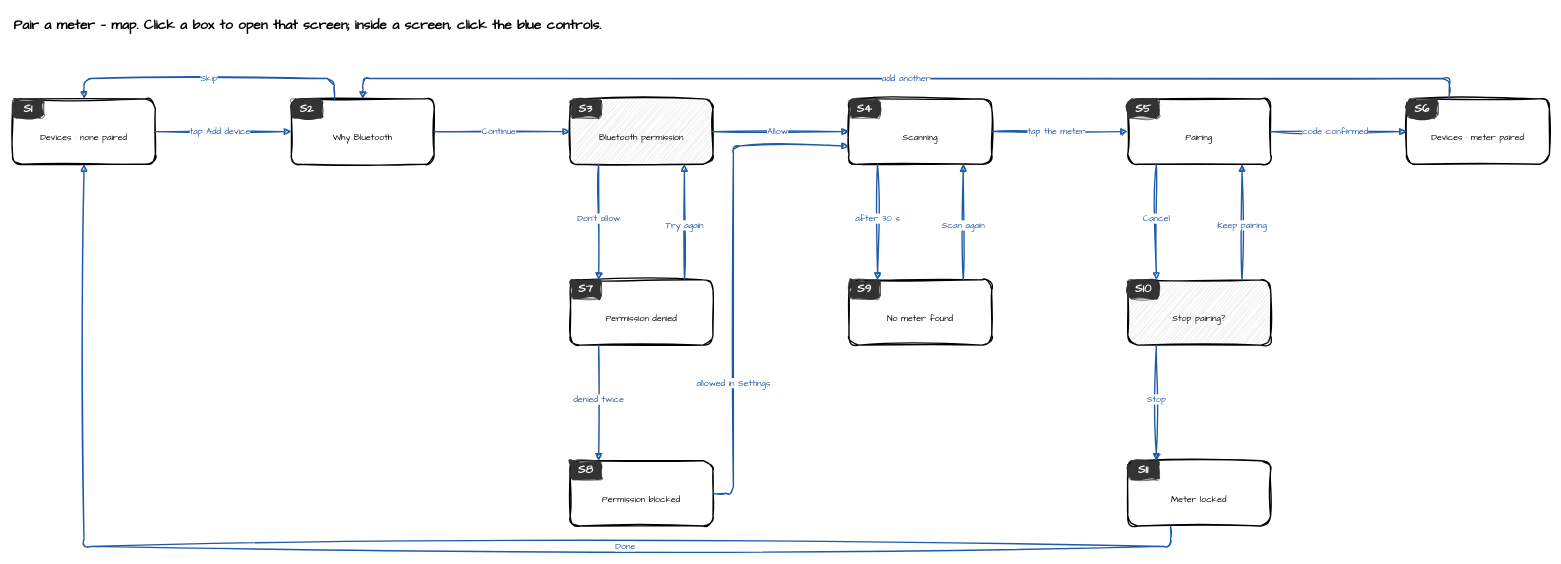
This is page "Map · Pair a meter" (1 of 15) of docs/examples/pair-a-meter/click-through.drawio from AnilDeshpande/codetutor-mobile-prototyper, a draw.io file, before an edit. Source tidied: cells renumbered, new cells numbered last; positions are measured from the earlier drawing's top-left corner, leaving out a move shared by most shapes. Both pictures are drawn from the tidied source at 68%, with x=0, y=0 at pixel (12, 12).
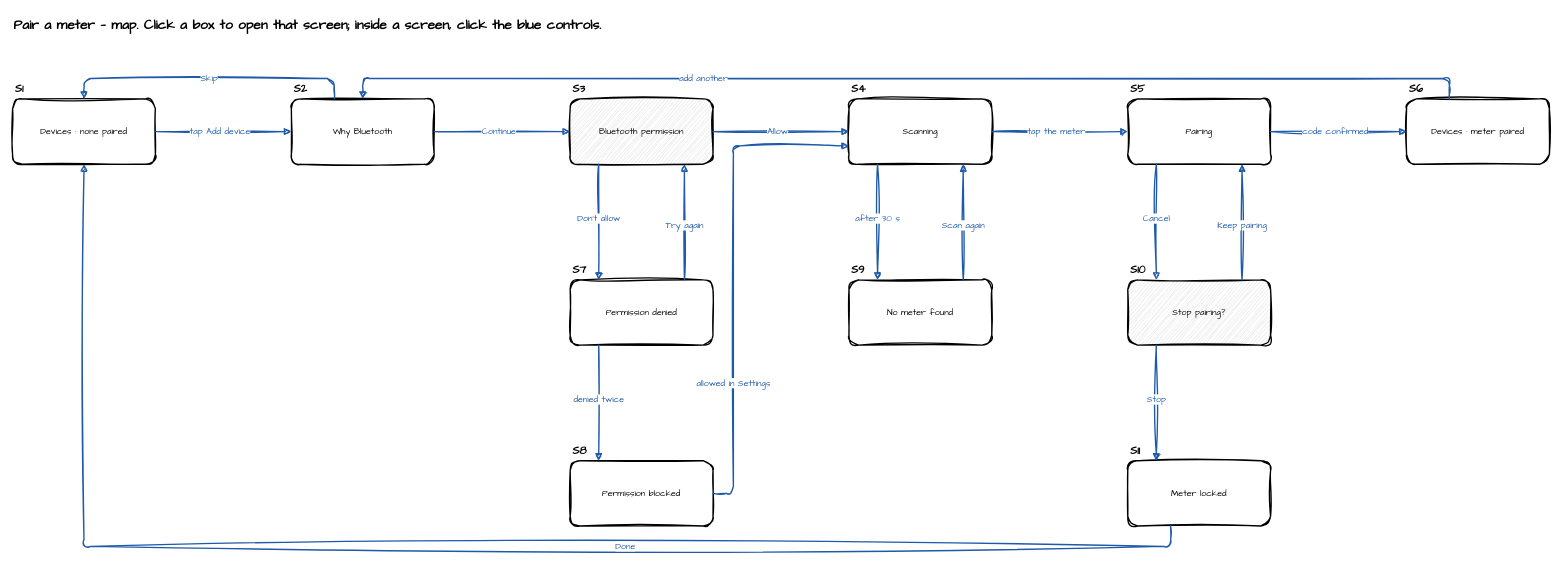
After the change.

Change to the diagram source:
```diff
@@
-    <mxCell id="3" value="Devices · none paired" style="sketch=1;curveFitting=1;jiggle=2;hachureGap=4;fontFamily=Architects Daughter;html=1;whiteSpace=wrap;rounded=1;fontSize=13;spacingTop=18;fillColor=#ffffff;strokeWidth=2;" parent="1" vertex="1">
+    <mxCell id="3" value="Devices · none paired" style="sketch=1;curveFitting=1;jiggle=2;hachureGap=4;fontFamily=Architects Daughter;html=1;whiteSpace=wrap;rounded=1;fontSize=13;fillColor=#ffffff;strokeWidth=2;" parent="1" vertex="1">
       <mxGeometry y="128" width="210" height="96" as="geometry" />
     </mxCell>
-    <mxCell id="4" value="&lt;b&gt;S1&lt;/b&gt;" style="sketch=1;curveFitting=1;jiggle=2;hachureGap=4;fontFamily=Architects Daughter;html=1;whiteSpace=wrap;rounded=1;arcSize=20;fontSize=17;fillColor=#333333;fillStyle=solid;strokeColor=#333333;fontColor=#ffffff;" parent="1" vertex="1">
-      <mxGeometry y="128" width="46" height="28" as="geometry" />
+    <mxCell id="4" value="&lt;b&gt;S1&lt;/b&gt;" style="sketch=1;curveFitting=1;jiggle=2;hachureGap=4;fontFamily=Architects Daughter;html=1;whiteSpace=wrap;text;align=left;verticalAlign=middle;fontSize=16;strokeColor=none;fillColor=none;" parent="1" vertex="1">
+      <mxGeometry x="2" y="102" width="50" height="22" as="geometry" />
     </mxCell>
-    <mxCell id="5" value="Why Bluetooth" style="sketch=1;curveFitting=1;jiggle=2;hachureGap=4;fontFamily=Architects Daughter;html=1;whiteSpace=wrap;rounded=1;fontSize=13;spacingTop=18;fillColor=#ffffff;strokeWidth=2;" parent="1" vertex="1">
+    <mxCell id="5" value="Why Bluetooth" style="sketch=1;curveFitting=1;jiggle=2;hachureGap=4;fontFamily=Architects Daughter;html=1;whiteSpace=wrap;rounded=1;fontSize=13;fillColor=#ffffff;strokeWidth=2;" parent="1" vertex="1">
       <mxGeometry x="410" y="128" width="210" height="96" as="geometry" />
     </mxCell>
-    <mxCell id="6" value="&lt;b&gt;S2&lt;/b&gt;" style="sketch=1;curveFitting=1;jiggle=2;hachureGap=4;fontFamily=Architects Daughter;html=1;whiteSpace=wrap;rounded=1;arcSize=20;fontSize=17;fillColor=#333333;fillStyle=solid;strokeColor=#333333;fontColor=#ffffff;" parent="1" vertex="1">
-      <mxGeometry x="410" y="128" width="46" height="28" as="geometry" />
+    <mxCell id="6" value="&lt;b&gt;S2&lt;/b&gt;" style="sketch=1;curveFitting=1;jiggle=2;hachureGap=4;fontFamily=Architects Daughter;html=1;whiteSpace=wrap;text;align=left;verticalAlign=middle;fontSize=16;strokeColor=none;fillColor=none;" parent="1" vertex="1">
+      <mxGeometry x="412" y="102" width="50" height="22" as="geometry" />
     </mxCell>
-    <mxCell id="7" value="Bluetooth permission" style="sketch=1;curveFitting=1;jiggle=2;hachureGap=4;fontFamily=Architects Daughter;html=1;whiteSpace=wrap;rounded=1;fontSize=13;spacingTop=18;fillColor=#ececec;strokeWidth=2;" parent="1" vertex="1">
+    <mxCell id="7" value="Bluetooth permission" style="sketch=1;curveFitting=1;jiggle=2;hachureGap=4;fontFamily=Architects Daughter;html=1;whiteSpace=wrap;rounded=1;fontSize=13;fillColor=#ececec;strokeWidth=2;" parent="1" vertex="1">
       <mxGeometry x="820" y="128" width="210" height="96" as="geometry" />
     </mxCell>
-    <mxCell id="8" value="&lt;b&gt;S3&lt;/b&gt;" style="sketch=1;curveFitting=1;jiggle=2;hachureGap=4;fontFamily=Architects Daughter;html=1;whiteSpace=wrap;rounded=1;arcSize=20;fontSize=17;fillColor=#333333;fillStyle=solid;strokeColor=#333333;fontColor=#ffffff;" parent="1" vertex="1">
-      <mxGeometry x="820" y="128" width="46" height="28" as="geometry" />
+    <mxCell id="8" value="&lt;b&gt;S3&lt;/b&gt;" style="sketch=1;curveFitting=1;jiggle=2;hachureGap=4;fontFamily=Architects Daughter;html=1;whiteSpace=wrap;text;align=left;verticalAlign=middle;fontSize=16;strokeColor=none;fillColor=none;" parent="1" vertex="1">
+      <mxGeometry x="822" y="102" width="50" height="22" as="geometry" />
     </mxCell>
-    <mxCell id="9" value="Scanning" style="sketch=1;curveFitting=1;jiggle=2;hachureGap=4;fontFamily=Architects Daughter;html=1;whiteSpace=wrap;rounded=1;fontSize=13;spacingTop=18;fillColor=#ffffff;strokeWidth=2;" parent="1" vertex="1">
+    <mxCell id="9" value="Scanning" style="sketch=1;curveFitting=1;jiggle=2;hachureGap=4;fontFamily=Architects Daughter;html=1;whiteSpace=wrap;rounded=1;fontSize=13;fillColor=#ffffff;strokeWidth=2;" parent="1" vertex="1">
       <mxGeometry x="1230" y="128" width="210" height="96" as="geometry" />
     </mxCell>
-    <mxCell id="10" value="&lt;b&gt;S4&lt;/b&gt;" style="sketch=1;curveFitting=1;jiggle=2;hachureGap=4;fontFamily=Architects Daughter;html=1;whiteSpace=wrap;rounded=1;arcSize=20;fontSize=17;fillColor=#333333;fillStyle=solid;strokeColor=#333333;fontColor=#ffffff;" parent="1" vertex="1">
-      <mxGeometry x="1230" y="128" width="46" height="28" as="geometry" />
+    <mxCell id="10" value="&lt;b&gt;S4&lt;/b&gt;" style="sketch=1;curveFitting=1;jiggle=2;hachureGap=4;fontFamily=Architects Daughter;html=1;whiteSpace=wrap;text;align=left;verticalAlign=middle;fontSize=16;strokeColor=none;fillColor=none;" parent="1" vertex="1">
+      <mxGeometry x="1232" y="102" width="50" height="22" as="geometry" />
     </mxCell>
-    <mxCell id="11" value="Pairing" style="sketch=1;curveFitting=1;jiggle=2;hachureGap=4;fontFamily=Architects Daughter;html=1;whiteSpace=wrap;rounded=1;fontSize=13;spacingTop=18;fillColor=#ffffff;strokeWidth=2;" parent="1" vertex="1">
+    <mxCell id="11" value="Pairing" style="sketch=1;curveFitting=1;jiggle=2;hachureGap=4;fontFamily=Architects Daughter;html=1;whiteSpace=wrap;rounded=1;fontSize=13;fillColor=#ffffff;strokeWidth=2;" parent="1" vertex="1">
       <mxGeometry x="1640" y="128" width="210" height="96" as="geometry" />
     </mxCell>
-    <mxCell id="12" value="&lt;b&gt;S5&lt;/b&gt;" style="sketch=1;curveFitting=1;jiggle=2;hachureGap=4;fontFamily=Architects Daughter;html=1;whiteSpace=wrap;rounded=1;arcSize=20;fontSize=17;fillColor=#333333;fillStyle=solid;strokeColor=#333333;fontColor=#ffffff;" parent="1" vertex="1">
-      <mxGeometry x="1640" y="128" width="46" height="28" as="geometry" />
+    <mxCell id="12" value="&lt;b&gt;S5&lt;/b&gt;" style="sketch=1;curveFitting=1;jiggle=2;hachureGap=4;fontFamily=Architects Daughter;html=1;whiteSpace=wrap;text;align=left;verticalAlign=middle;fontSize=16;strokeColor=none;fillColor=none;" parent="1" vertex="1">
+      <mxGeometry x="1642" y="102" width="50" height="22" as="geometry" />
     </mxCell>
-    <mxCell id="13" value="Devices · meter paired" style="sketch=1;curveFitting=1;jiggle=2;hachureGap=4;fontFamily=Architects Daughter;html=1;whiteSpace=wrap;rounded=1;fontSize=13;spacingTop=18;fillColor=#ffffff;strokeWidth=2;" parent="1" vertex="1">
+    <mxCell id="13" value="Devices · meter paired" style="sketch=1;curveFitting=1;jiggle=2;hachureGap=4;fontFamily=Architects Daughter;html=1;whiteSpace=wrap;rounded=1;fontSize=13;fillColor=#ffffff;strokeWidth=2;" parent="1" vertex="1">
       <mxGeometry x="2050" y="128" width="210" height="96" as="geometry" />
     </mxCell>
-    <mxCell id="14" value="&lt;b&gt;S6&lt;/b&gt;" style="sketch=1;curveFitting=1;jiggle=2;hachureGap=4;fontFamily=Architects Daughter;html=1;whiteSpace=wrap;rounded=1;arcSize=20;fontSize=17;fillColor=#333333;fillStyle=solid;strokeColor=#333333;fontColor=#ffffff;" parent="1" vertex="1">
-      <mxGeometry x="2050" y="128" width="46" height="28" as="geometry" />
+    <mxCell id="14" value="&lt;b&gt;S6&lt;/b&gt;" style="sketch=1;curveFitting=1;jiggle=2;hachureGap=4;fontFamily=Architects Daughter;html=1;whiteSpace=wrap;text;align=left;verticalAlign=middle;fontSize=16;strokeColor=none;fillColor=none;" parent="1" vertex="1">
+      <mxGeometry x="2052" y="102" width="50" height="22" as="geometry" />
     </mxCell>
-    <mxCell id="15" value="Permission denied" style="sketch=1;curveFitting=1;jiggle=2;hachureGap=4;fontFamily=Architects Daughter;html=1;whiteSpace=wrap;rounded=1;fontSize=13;spacingTop=18;fillColor=#ffffff;strokeWidth=2;" parent="1" vertex="1">
+    <mxCell id="15" value="Permission denied" style="sketch=1;curveFitting=1;jiggle=2;hachureGap=4;fontFamily=Architects Daughter;html=1;whiteSpace=wrap;rounded=1;fontSize=13;fillColor=#ffffff;strokeWidth=2;" parent="1" vertex="1">
       <mxGeometry x="820" y="394" width="210" height="96" as="geometry" />
     </mxCell>
-    <mxCell id="16" value="&lt;b&gt;S7&lt;/b&gt;" style="sketch=1;curveFitting=1;jiggle=2;hachureGap=4;fontFamily=Architects Daughter;html=1;whiteSpace=wrap;rounded=1;arcSize=20;fontSize=17;fillColor=#333333;fillStyle=solid;strokeColor=#333333;fontColor=#ffffff;" parent="1" vertex="1">
-      <mxGeometry x="820" y="394" width="46" height="28" as="geometry" />
+    <mxCell id="16" value="&lt;b&gt;S7&lt;/b&gt;" style="sketch=1;curveFitting=1;jiggle=2;hachureGap=4;fontFamily=Architects Daughter;html=1;whiteSpace=wrap;text;align=left;verticalAlign=middle;fontSize=16;strokeColor=none;fillColor=none;" parent="1" vertex="1">
+      <mxGeometry x="822" y="368" width="50" height="22" as="geometry" />
     </mxCell>
-    <mxCell id="17" value="Permission blocked" style="sketch=1;curveFitting=1;jiggle=2;hachureGap=4;fontFamily=Architects Daughter;html=1;whiteSpace=wrap;rounded=1;fontSize=13;spacingTop=18;fillColor=#ffffff;strokeWidth=2;" parent="1" vertex="1">
+    <mxCell id="17" value="Permission blocked" style="sketch=1;curveFitting=1;jiggle=2;hachureGap=4;fontFamily=Architects Daughter;html=1;whiteSpace=wrap;rounded=1;fontSize=13;fillColor=#ffffff;strokeWidth=2;" parent="1" vertex="1">
       <mxGeometry x="820" y="660" width="210" height="96" as="geometry" />
     </mxCell>
-    <mxCell id="18" value="&lt;b&gt;S8&lt;/b&gt;" style="sketch=1;curveFitting=1;jiggle=2;hachureGap=4;fontFamily=Architects Daughter;html=1;whiteSpace=wrap;rounded=1;arcSize=20;fontSize=17;fillColor=#333333;fillStyle=solid;strokeColor=#333333;fontColor=#ffffff;" parent="1" vertex="1">
-      <mxGeometry x="820" y="660" width="46" height="28" as="geometry" />
+    <mxCell id="18" value="&lt;b&gt;S8&lt;/b&gt;" style="sketch=1;curveFitting=1;jiggle=2;hachureGap=4;fontFamily=Architects Daughter;html=1;whiteSpace=wrap;text;align=left;verticalAlign=middle;fontSize=16;strokeColor=none;fillColor=none;" parent="1" vertex="1">
+      <mxGeometry x="822" y="634" width="50" height="22" as="geometry" />
     </mxCell>
-    <mxCell id="19" value="No meter found" style="sketch=1;curveFitting=1;jiggle=2;hachureGap=4;fontFamily=Architects Daughter;html=1;whiteSpace=wrap;rounded=1;fontSize=13;spacingTop=18;fillColor=#ffffff;strokeWidth=2;" parent="1" vertex="1">
+    <mxCell id="19" value="No meter found" style="sketch=1;curveFitting=1;jiggle=2;hachureGap=4;fontFamily=Architects Daughter;html=1;whiteSpace=wrap;rounded=1;fontSize=13;fillColor=#ffffff;strokeWidth=2;" parent="1" vertex="1">
       <mxGeometry x="1230" y="394" width="210" height="96" as="geometry" />
     </mxCell>
-    <mxCell id="20" value="&lt;b&gt;S9&lt;/b&gt;" style="sketch=1;curveFitting=1;jiggle=2;hachureGap=4;fontFamily=Architects Daughter;html=1;whiteSpace=wrap;rounded=1;arcSize=20;fontSize=17;fillColor=#333333;fillStyle=solid;strokeColor=#333333;fontColor=#ffffff;" parent="1" vertex="1">
-      <mxGeometry x="1230" y="394" width="46" height="28" as="geometry" />
+    <mxCell id="20" value="&lt;b&gt;S9&lt;/b&gt;" style="sketch=1;curveFitting=1;jiggle=2;hachureGap=4;fontFamily=Architects Daughter;html=1;whiteSpace=wrap;text;align=left;verticalAlign=middle;fontSize=16;strokeColor=none;fillColor=none;" parent="1" vertex="1">
+      <mxGeometry x="1232" y="368" width="50" height="22" as="geometry" />
     </mxCell>
-    <mxCell id="21" value="Stop pairing?" style="sketch=1;curveFitting=1;jiggle=2;hachureGap=4;fontFamily=Architects Daughter;html=1;whiteSpace=wrap;rounded=1;fontSize=13;spacingTop=18;fillColor=#ececec;strokeWidth=2;" parent="1" vertex="1">
+    <mxCell id="21" value="Stop pairing?" style="sketch=1;curveFitting=1;jiggle=2;hachureGap=4;fontFamily=Architects Daughter;html=1;whiteSpace=wrap;rounded=1;fontSize=13;fillColor=#ececec;strokeWidth=2;" parent="1" vertex="1">
       <mxGeometry x="1640" y="394" width="210" height="96" as="geometry" />
     </mxCell>
-    <mxCell id="22" value="&lt;b&gt;S10&lt;/b&gt;" style="sketch=1;curveFitting=1;jiggle=2;hachureGap=4;fontFamily=Architects Daughter;html=1;whiteSpace=wrap;rounded=1;arcSize=20;fontSize=17;fillColor=#333333;fillStyle=solid;strokeColor=#333333;fontColor=#ffffff;" parent="1" vertex="1">
-      <mxGeometry x="1640" y="394" width="46" height="28" as="geometry" />
+    <mxCell id="22" value="&lt;b&gt;S10&lt;/b&gt;" style="sketch=1;curveFitting=1;jiggle=2;hachureGap=4;fontFamily=Architects Daughter;html=1;whiteSpace=wrap;text;align=left;verticalAlign=middle;fontSize=16;strokeColor=none;fillColor=none;" parent="1" vertex="1">
+      <mxGeometry x="1642" y="368" width="50" height="22" as="geometry" />
     </mxCell>
-    <mxCell id="23" value="Meter locked" style="sketch=1;curveFitting=1;jiggle=2;hachureGap=4;fontFamily=Architects Daughter;html=1;whiteSpace=wrap;rounded=1;fontSize=13;spacingTop=18;fillColor=#ffffff;strokeWidth=2;" parent="1" vertex="1">
+    <mxCell id="23" value="Meter locked" style="sketch=1;curveFitting=1;jiggle=2;hachureGap=4;fontFamily=Architects Daughter;html=1;whiteSpace=wrap;rounded=1;fontSize=13;fillColor=#ffffff;strokeWidth=2;" parent="1" vertex="1">
       <mxGeometry x="1640" y="660" width="210" height="96" as="geometry" />
     </mxCell>
-    <mxCell id="24" value="&lt;b&gt;S11&lt;/b&gt;" style="sketch=1;curveFitting=1;jiggle=2;hachureGap=4;fontFamily=Architects Daughter;html=1;whiteSpace=wrap;rounded=1;arcSize=20;fontSize=17;fillColor=#333333;fillStyle=solid;strokeColor=#333333;fontColor=#ffffff;" parent="1" vertex="1">
-      <mxGeometry x="1640" y="660" width="46" height="28" as="geometry" />
+    <mxCell id="24" value="&lt;b&gt;S11&lt;/b&gt;" style="sketch=1;curveFitting=1;jiggle=2;hachureGap=4;fontFamily=Architects Daughter;html=1;whiteSpace=wrap;text;align=left;verticalAlign=middle;fontSize=16;strokeColor=none;fillColor=none;" parent="1" vertex="1">
+      <mxGeometry x="1642" y="634" width="50" height="22" as="geometry" />
     </mxCell>
@@
     <mxCell id="40" value="add another" style="sketch=1;curveFitting=1;jiggle=2;hachureGap=4;fontFamily=Architects Daughter;html=1;whiteSpace=wrap;edgeStyle=orthogonalEdgeStyle;rounded=1;endArrow=block;endFill=1;strokeWidth=2;strokeColor=#1e5aa8;fontColor=#1e5aa8;fontSize=13;labelBackgroundColor=#ffffff;whiteSpace=nowrap;exitX=0.3;exitY=0;exitDx=0;exitDy=0;entryX=0.5;entryY=0;entryDx=0;entryDy=0;" parent="1" edge="1" source="13" target="5">
-      <mxGeometry relative="1" as="geometry">
+      <mxGeometry x="0.36" relative="1" as="geometry">
         <Array as="points">
           <mxPoint x="2113" y="98" />
           <mxPoint x="515" y="98" />
         </Array>
       </mxGeometry>
     </mxCell>
```
